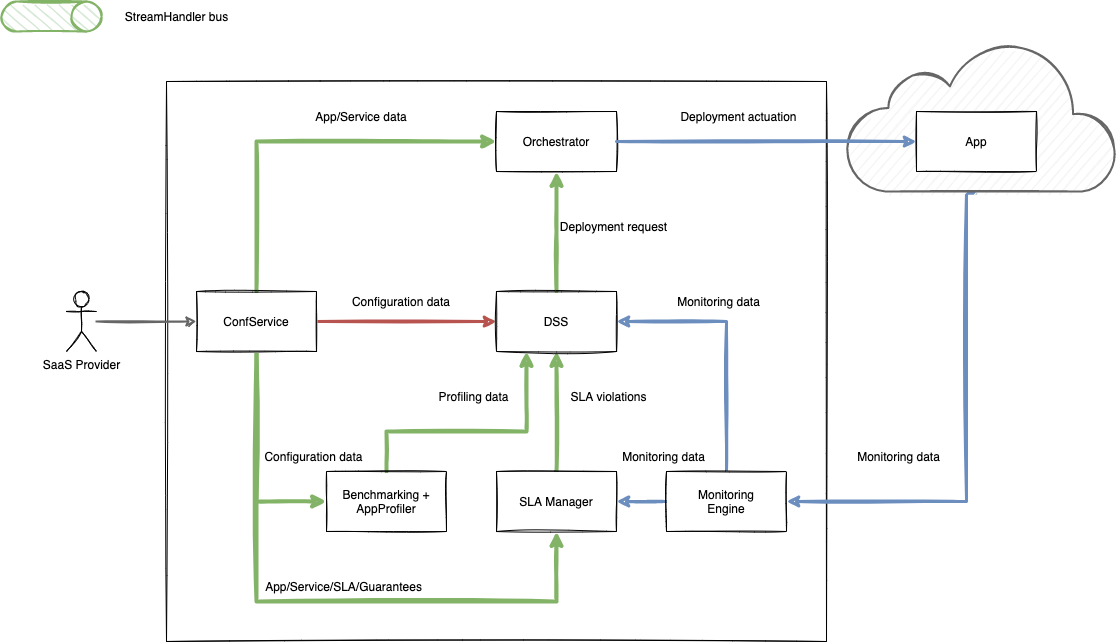
Before: doc/architecture/sp_full_demo.drawio.png, a diagram exported from draw.io (redblade/confservicedss). Source tidied: cells renumbered, new cells last; positions are measured from the earlier drawing's top-left corner, leaving out a move shared by most shapes. The source it was exported from:
```xml
<mxGraphModel>
  <root>
    <mxCell id="0" />
    <mxCell id="1" parent="0" />
    <mxCell id="2" style="rounded=0;whiteSpace=wrap;html=1;sketch=1;fontSize=12;strokeWidth=1;" parent="1" vertex="1">
      <mxGeometry x="130" y="115" width="660" height="560" as="geometry" />
    </mxCell>
    <mxCell id="3" style="edgeStyle=orthogonalEdgeStyle;rounded=0;jettySize=auto;html=1;fillColor=#d5e8d4;strokeColor=#82b366;strokeWidth=4;sketch=1;" parent="1" edge="1" source="7" target="9">
      <mxGeometry relative="1" as="geometry">
        <Array as="points">
          <mxPoint x="220" y="535" />
        </Array>
      </mxGeometry>
    </mxCell>
    <mxCell id="4" style="edgeStyle=orthogonalEdgeStyle;rounded=0;jettySize=auto;html=1;entryX=0.5;entryY=1;entryDx=0;entryDy=0;fillColor=#d5e8d4;strokeColor=#82b366;strokeWidth=4;sketch=1;" parent="1" edge="1" source="7" target="21">
      <mxGeometry relative="1" as="geometry">
        <Array as="points">
          <mxPoint x="220" y="635" />
          <mxPoint x="520" y="635" />
        </Array>
      </mxGeometry>
    </mxCell>
    <mxCell id="5" style="edgeStyle=orthogonalEdgeStyle;rounded=0;jettySize=auto;html=1;strokeWidth=3;fillColor=#f8cecc;strokeColor=#b85450;sketch=1;jumpSize=6;" parent="1" edge="1" source="7" target="19">
      <mxGeometry relative="1" as="geometry" />
    </mxCell>
    <mxCell id="6" style="edgeStyle=orthogonalEdgeStyle;rounded=0;sketch=1;jettySize=auto;html=1;entryX=0;entryY=0.5;entryDx=0;entryDy=0;strokeWidth=4;fillColor=#d5e8d4;strokeColor=#82b366;exitX=0.5;exitY=0;exitDx=0;exitDy=0;" parent="1" edge="1" source="7" target="11">
      <mxGeometry relative="1" as="geometry" />
    </mxCell>
    <mxCell id="7" value="ConfService" style="rounded=0;whiteSpace=wrap;html=1;sketch=1;" parent="1" vertex="1">
      <mxGeometry x="160" y="325" width="120" height="60" as="geometry" />
    </mxCell>
    <mxCell id="8" style="edgeStyle=orthogonalEdgeStyle;rounded=0;jettySize=auto;html=1;strokeWidth=4;entryX=0.25;entryY=1;entryDx=0;entryDy=0;sketch=1;fillColor=#d5e8d4;strokeColor=#82b366;" parent="1" edge="1" source="9" target="19">
      <mxGeometry relative="1" as="geometry">
        <Array as="points">
          <mxPoint x="350" y="465" />
          <mxPoint x="490" y="465" />
        </Array>
      </mxGeometry>
    </mxCell>
    <mxCell id="9" value="Benchmarking +&lt;br&gt;AppProfiler" style="rounded=0;whiteSpace=wrap;html=1;sketch=1;" parent="1" vertex="1">
      <mxGeometry x="290" y="505" width="120" height="60" as="geometry" />
    </mxCell>
    <mxCell id="10" style="edgeStyle=orthogonalEdgeStyle;rounded=0;jettySize=auto;html=1;strokeWidth=4;sketch=1;fillColor=#d5e8d4;strokeColor=#82b366;" parent="1" edge="1" source="21" target="19">
      <mxGeometry relative="1" as="geometry" />
    </mxCell>
    <mxCell id="11" value="Orchestrator" style="rounded=0;whiteSpace=wrap;html=1;sketch=1;" parent="1" vertex="1">
      <mxGeometry x="460" y="145" width="120" height="60" as="geometry" />
    </mxCell>
    <mxCell id="12" style="edgeStyle=orthogonalEdgeStyle;rounded=0;jettySize=auto;html=1;strokeWidth=4;sketch=1;fillColor=#d5e8d4;strokeColor=#82b366;" parent="1" edge="1" source="19" target="11">
      <mxGeometry relative="1" as="geometry">
        <Array as="points">
          <mxPoint x="520" y="265" />
          <mxPoint x="520" y="265" />
        </Array>
      </mxGeometry>
    </mxCell>
    <mxCell id="13" style="edgeStyle=orthogonalEdgeStyle;rounded=0;jettySize=auto;html=1;sketch=1;strokeWidth=3;fillColor=#dae8fc;strokeColor=#6c8ebf;entryX=1;entryY=0.5;entryDx=0;entryDy=0;" parent="1" edge="1" source="15" target="21">
      <mxGeometry relative="1" as="geometry" />
    </mxCell>
    <mxCell id="14" style="edgeStyle=orthogonalEdgeStyle;rounded=0;jettySize=auto;html=1;strokeWidth=3;entryX=1;entryY=0.5;entryDx=0;entryDy=0;sketch=1;exitX=0.5;exitY=0;exitDx=0;exitDy=0;fillColor=#dae8fc;strokeColor=#6c8ebf;" parent="1" edge="1" source="15" target="19">
      <mxGeometry relative="1" as="geometry">
        <Array as="points">
          <mxPoint x="690" y="355" />
        </Array>
      </mxGeometry>
    </mxCell>
    <mxCell id="15" value="Monitoring&lt;br&gt;Engine" style="rounded=0;whiteSpace=wrap;html=1;sketch=1;" parent="1" vertex="1">
      <mxGeometry x="630" y="505" width="120" height="60" as="geometry" />
    </mxCell>
    <mxCell id="16" style="edgeStyle=orthogonalEdgeStyle;rounded=0;sketch=1;jettySize=auto;html=1;entryX=1;entryY=0.5;entryDx=0;entryDy=0;strokeWidth=3;fillColor=#dae8fc;strokeColor=#6c8ebf;exitX=0.479;exitY=1.011;exitDx=0;exitDy=0;exitPerimeter=0;" parent="1" edge="1" source="17" target="15">
      <mxGeometry relative="1" as="geometry">
        <Array as="points">
          <mxPoint x="930" y="227" />
          <mxPoint x="930" y="535" />
        </Array>
      </mxGeometry>
    </mxCell>
    <mxCell id="17" style="html=1;verticalLabelPosition=bottom;align=center;labelBackgroundColor=#ffffff;verticalAlign=top;strokeWidth=2;strokeColor=#666666;shadow=0;dashed=0;shape=mxgraph.ios7.icons.cloud;fillColor=#f5f5f5;fontColor=#333333;sketch=1;" parent="1" vertex="1">
      <mxGeometry x="810" y="75" width="270" height="150" as="geometry" />
    </mxCell>
    <mxCell id="18" value="App" style="rounded=0;whiteSpace=wrap;html=1;sketch=1;" parent="1" vertex="1">
      <mxGeometry x="880" y="145" width="120" height="60" as="geometry" />
    </mxCell>
    <mxCell id="19" value="DSS" style="rounded=0;whiteSpace=wrap;html=1;sketch=1;" parent="1" vertex="1">
      <mxGeometry x="460" y="325" width="120" height="60" as="geometry" />
    </mxCell>
    <mxCell id="20" style="edgeStyle=orthogonalEdgeStyle;rounded=0;jettySize=auto;html=1;strokeWidth=3;fillColor=#dae8fc;strokeColor=#6c8ebf;sketch=1;" parent="1" edge="1" source="11" target="18">
      <mxGeometry relative="1" as="geometry" />
    </mxCell>
    <mxCell id="21" value="SLA Manager" style="rounded=0;whiteSpace=wrap;html=1;sketch=1;" parent="1" vertex="1">
      <mxGeometry x="460" y="505" width="120" height="60" as="geometry" />
    </mxCell>
    <mxCell id="22" style="edgeStyle=orthogonalEdgeStyle;rounded=0;sketch=1;jettySize=auto;html=1;strokeWidth=2;fillColor=#f5f5f5;strokeColor=#666666;" parent="1" edge="1" source="23" target="7">
      <mxGeometry relative="1" as="geometry" />
    </mxCell>
    <mxCell id="23" value="SaaS Provider" style="shape=umlActor;verticalLabelPosition=bottom;verticalAlign=top;html=1;sketch=1;" parent="1" vertex="1">
      <mxGeometry x="30" y="325" width="30" height="60" as="geometry" />
    </mxCell>
    <mxCell id="24" style="shape=cylinder3;whiteSpace=wrap;html=1;boundedLbl=1;backgroundOutline=1;size=15;sketch=1;rotation=90;fillColor=#d5e8d4;strokeColor=#82b366;strokeWidth=2;" parent="1" vertex="1">
      <mxGeometry width="30" height="100" as="geometry" />
    </mxCell>
    <mxCell id="25" value="StreamHandler bus" style="text;html=1;align=center;verticalAlign=middle;strokeColor=none;fontSize=12;" parent="1" vertex="1">
      <mxGeometry x="80" y="40" width="120" height="20" as="geometry" />
    </mxCell>
    <mxCell id="26" value="App/Service data" style="text;html=1;strokeColor=none;fillColor=none;align=center;verticalAlign=middle;whiteSpace=wrap;rounded=0;" parent="1" vertex="1">
      <mxGeometry x="270" y="135" width="110" height="30" as="geometry" />
    </mxCell>
    <mxCell id="27" value="Deployment actuation" style="text;html=1;strokeColor=none;fillColor=none;align=center;verticalAlign=middle;whiteSpace=wrap;rounded=0;" parent="1" vertex="1">
      <mxGeometry x="635" y="135" width="135" height="30" as="geometry" />
    </mxCell>
    <mxCell id="28" value="Deployment request" style="text;html=1;strokeColor=none;fillColor=none;align=center;verticalAlign=middle;whiteSpace=wrap;rounded=0;" parent="1" vertex="1">
      <mxGeometry x="510" y="245" width="135" height="30" as="geometry" />
    </mxCell>
    <mxCell id="29" value="Monitoring data" style="text;html=1;strokeColor=none;fillColor=none;align=center;verticalAlign=middle;whiteSpace=wrap;rounded=0;" parent="1" vertex="1">
      <mxGeometry x="615" y="320" width="135" height="30" as="geometry" />
    </mxCell>
    <mxCell id="30" value="Monitoring data" style="text;html=1;strokeColor=none;fillColor=none;align=center;verticalAlign=middle;whiteSpace=wrap;rounded=0;" parent="1" vertex="1">
      <mxGeometry x="560" y="475" width="135" height="30" as="geometry" />
    </mxCell>
    <mxCell id="31" value="Monitoring data" style="text;html=1;strokeColor=none;fillColor=none;align=center;verticalAlign=middle;whiteSpace=wrap;rounded=0;" parent="1" vertex="1">
      <mxGeometry x="795" y="475" width="135" height="30" as="geometry" />
    </mxCell>
    <mxCell id="32" value="App/Service/SLA/Guarantees" style="text;html=1;strokeColor=none;fillColor=none;align=center;verticalAlign=middle;whiteSpace=wrap;rounded=0;" parent="1" vertex="1">
      <mxGeometry x="240" y="605" width="135" height="30" as="geometry" />
    </mxCell>
    <mxCell id="33" value="Configuration data" style="text;html=1;strokeColor=none;fillColor=none;align=center;verticalAlign=middle;whiteSpace=wrap;rounded=0;" parent="1" vertex="1">
      <mxGeometry x="210" y="475" width="135" height="30" as="geometry" />
    </mxCell>
    <mxCell id="34" value="SLA violations" style="text;html=1;strokeColor=none;fillColor=none;align=center;verticalAlign=middle;whiteSpace=wrap;rounded=0;" parent="1" vertex="1">
      <mxGeometry x="505" y="415" width="135" height="30" as="geometry" />
    </mxCell>
    <mxCell id="35" value="Profiling data" style="text;html=1;strokeColor=none;fillColor=none;align=center;verticalAlign=middle;whiteSpace=wrap;rounded=0;" parent="1" vertex="1">
      <mxGeometry x="370" y="415" width="135" height="30" as="geometry" />
    </mxCell>
    <mxCell id="36" value="Configuration data" style="text;html=1;strokeColor=none;fillColor=none;align=center;verticalAlign=middle;whiteSpace=wrap;rounded=0;" parent="1" vertex="1">
      <mxGeometry x="310" y="315" width="110" height="40" as="geometry" />
    </mxCell>
  </root>
</mxGraphModel>
```
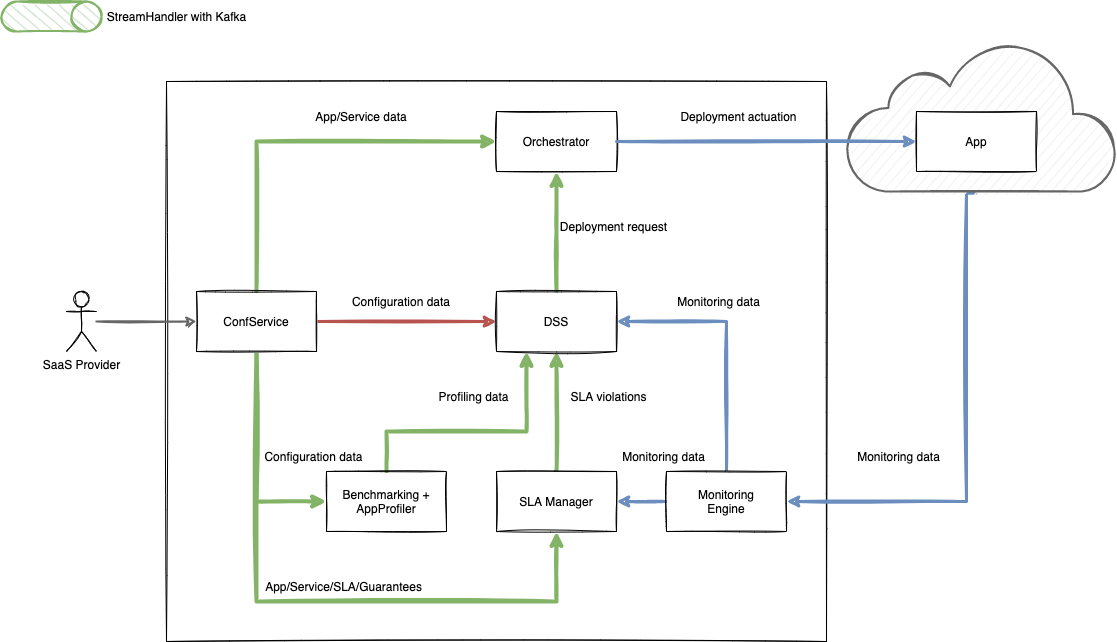
After the change.

Diff of the diagram source:
```diff
@@ -99,8 +99,8 @@
     <mxCell id="24" style="shape=cylinder3;whiteSpace=wrap;html=1;boundedLbl=1;backgroundOutline=1;size=15;sketch=1;rotation=90;fillColor=#d5e8d4;strokeColor=#82b366;strokeWidth=2;" parent="1" vertex="1">
       <mxGeometry width="30" height="100" as="geometry" />
     </mxCell>
-    <mxCell id="25" value="StreamHandler bus" style="text;html=1;align=center;verticalAlign=middle;strokeColor=none;fontSize=12;" parent="1" vertex="1">
-      <mxGeometry x="80" y="40" width="120" height="20" as="geometry" />
+    <mxCell id="25" value="StreamHandler with Kafka" style="text;html=1;align=center;verticalAlign=middle;strokeColor=none;fontSize=12;" parent="1" vertex="1">
+      <mxGeometry x="65" y="40" width="150" height="20" as="geometry" />
     </mxCell>
     <mxCell id="26" value="App/Service data" style="text;html=1;strokeColor=none;fillColor=none;align=center;verticalAlign=middle;whiteSpace=wrap;rounded=0;" parent="1" vertex="1">
       <mxGeometry x="270" y="135" width="110" height="30" as="geometry" />
```
